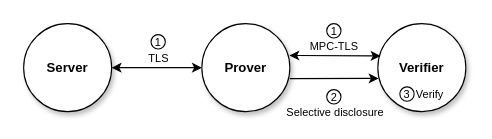
This is diagrams/overview_prover_verifier.drawio from tlsnotary/docs-mdbook, a draw.io file, before an edit. Source tidied: cells renumbered, new cells numbered last; positions are measured from the earlier drawing's top-left corner, leaving out a move shared by most shapes. Both pictures are drawn from the tidied source at 110%, with x=0, y=0 at pixel (23, 23).
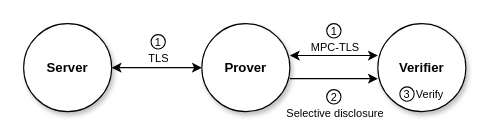
After the change.

Change to the diagram source:
```diff
@@
 <mxGraphModel>
   <root>
     <mxCell id="0" />
     <mxCell id="1" parent="0" />
     <mxCell id="2" value="Prover" style="ellipse;whiteSpace=wrap;html=1;shadow=1;fontStyle=1;" parent="1" vertex="1">
       <mxGeometry x="162" width="80" height="80" as="geometry" />
     </mxCell>
     <mxCell id="3" value="Server" style="ellipse;whiteSpace=wrap;html=1;shadow=1;fontStyle=1;" parent="1" vertex="1">
       <mxGeometry width="80" height="80" as="geometry" />
     </mxCell>
     <mxCell id="4" value="Verifier" style="ellipse;whiteSpace=wrap;html=1;shadow=1;fontStyle=1;" parent="1" vertex="1">
       <mxGeometry x="322" width="80" height="80" as="geometry" />
     </mxCell>
     <mxCell id="5" style="endArrow=classic;startArrow=classic;html=1;rounded=0;entryX=0;entryY=0.5;entryDx=0;entryDy=0;" parent="1" edge="1" source="3" target="2">
       <mxGeometry relative="1" as="geometry" />
     </mxCell>
     <mxCell id="6" value="TLS" style="whiteSpace=wrap;html=1;fillColor=none;strokeColor=none;fontSize=10;" parent="1" vertex="1">
       <mxGeometry x="88.5" y="26" width="67.5" height="10" as="geometry" />
     </mxCell>
-    <mxCell id="7" style="endArrow=classic;html=1;rounded=0;startArrow=classic;startFill=1;entryX=0.031;entryY=0.367;entryDx=0;entryDy=0;entryPerimeter=0;exitX=0.995;exitY=0.361;exitDx=0;exitDy=0;exitPerimeter=0;" parent="1" edge="1" source="2" target="4">
-      <mxGeometry relative="1" as="geometry" />
+    <mxCell id="7" style="endArrow=classic;html=1;rounded=0;startArrow=classic;startFill=1;" parent="1" edge="1">
+      <mxGeometry relative="1" as="geometry">
+        <mxPoint x="242" y="29" as="sourcePoint" />
+        <mxPoint x="322" y="29" as="targetPoint" />
+      </mxGeometry>
     </mxCell>
     <mxCell id="8" value="MPC-TLS" style="edgeLabel;html=1;align=center;verticalAlign=middle;fontSize=10;labelBackgroundColor=none;" parent="7" vertex="1">
       <mxGeometry x="-0.51" relative="1" as="geometry">
         <mxPoint x="20" y="-9" as="offset" />
       </mxGeometry>
     </mxCell>
     <mxCell id="9" value="1" style="ellipse;whiteSpace=wrap;html=1;fontSize=10;" parent="1" vertex="1">
       <mxGeometry x="115.8" y="10" width="13" height="13" as="geometry" />
     </mxCell>
     <mxCell id="10" value="3" style="ellipse;whiteSpace=wrap;html=1;fontSize=10;" parent="1" vertex="1">
       <mxGeometry x="342" y="57.5" width="13" height="13" as="geometry" />
     </mxCell>
     <mxCell id="11" value="2" style="ellipse;whiteSpace=wrap;html=1;fontSize=10;" parent="1" vertex="1">
       <mxGeometry x="275.5" y="60" width="13" height="13" as="geometry" />
     </mxCell>
     <mxCell id="12" value="Verify" style="rounded=1;whiteSpace=wrap;html=1;fillColor=none;strokeColor=none;fontSize=10;align=left;" parent="1" vertex="1">
       <mxGeometry x="355" y="44" width="30" height="40" as="geometry" />
     </mxCell>
-    <mxCell id="13" style="endArrow=classic;html=1;exitX=1;exitY=0.5;exitDx=0;exitDy=0;entryX=0.008;entryY=0.622;entryDx=0;entryDy=0;entryPerimeter=0;" parent="1" edge="1" target="4">
+    <mxCell id="13" style="endArrow=classic;html=1;entryX=0;entryY=0.625;entryDx=0;entryDy=0;entryPerimeter=0;" parent="1" edge="1" target="4">
       <mxGeometry relative="1" as="geometry">
         <mxPoint x="242" y="50" as="sourcePoint" />
       </mxGeometry>
     </mxCell>
-    <mxCell id="14" value="&lt;span style=&quot;font-size: 10px;&quot;&gt;Selective d&lt;/span&gt;&lt;span style=&quot;font-size: 10px;&quot;&gt;isclosure&lt;/span&gt;" style="edgeLabel;html=1;align=center;verticalAlign=middle;fontSize=10;labelBackgroundColor=none;" parent="13" vertex="1">
+    <mxCell id="14" value="&lt;span style=&quot;font-size: 10px;&quot;&gt;Selective disclosure&lt;/span&gt;" style="edgeLabel;html=1;align=center;verticalAlign=middle;fontSize=10;labelBackgroundColor=none;" parent="13" vertex="1">
       <mxGeometry x="-0.26" y="-1" relative="1" as="geometry">
         <mxPoint x="10" y="29" as="offset" />
       </mxGeometry>
     </mxCell>
     <mxCell id="15" value="1" style="ellipse;whiteSpace=wrap;html=1;fontSize=10;" parent="1" vertex="1">
       <mxGeometry x="275.5" width="13" height="13" as="geometry" />
     </mxCell>
   </root>
 </mxGraphModel>
```
